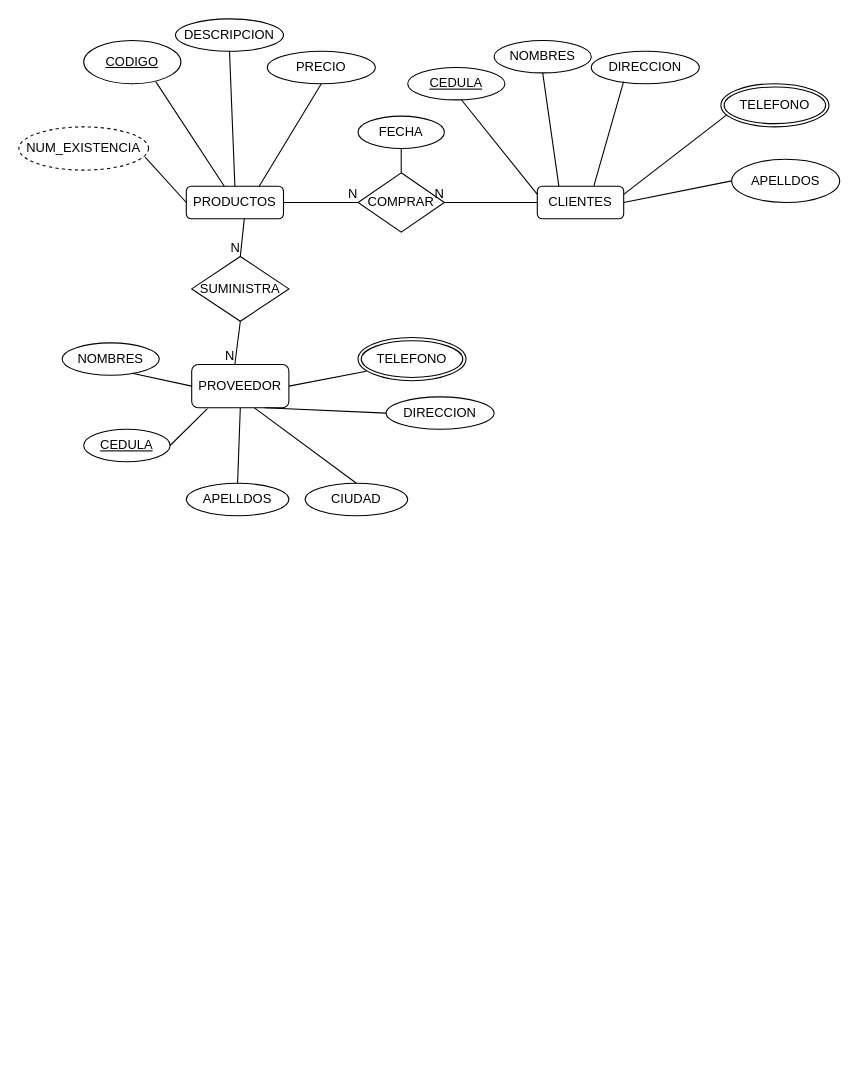
The draw.io diagram Diagrama sin título.drawio in ncardenr/Miprimergit, before the edit. Source tidied: cells renumbered, new cells numbered last; positions are measured from the earlier drawing's top-left corner, leaving out a move shared by most shapes. Both pictures are drawn from the tidied source at 108%, with x=0, y=0 at pixel (18, 18).
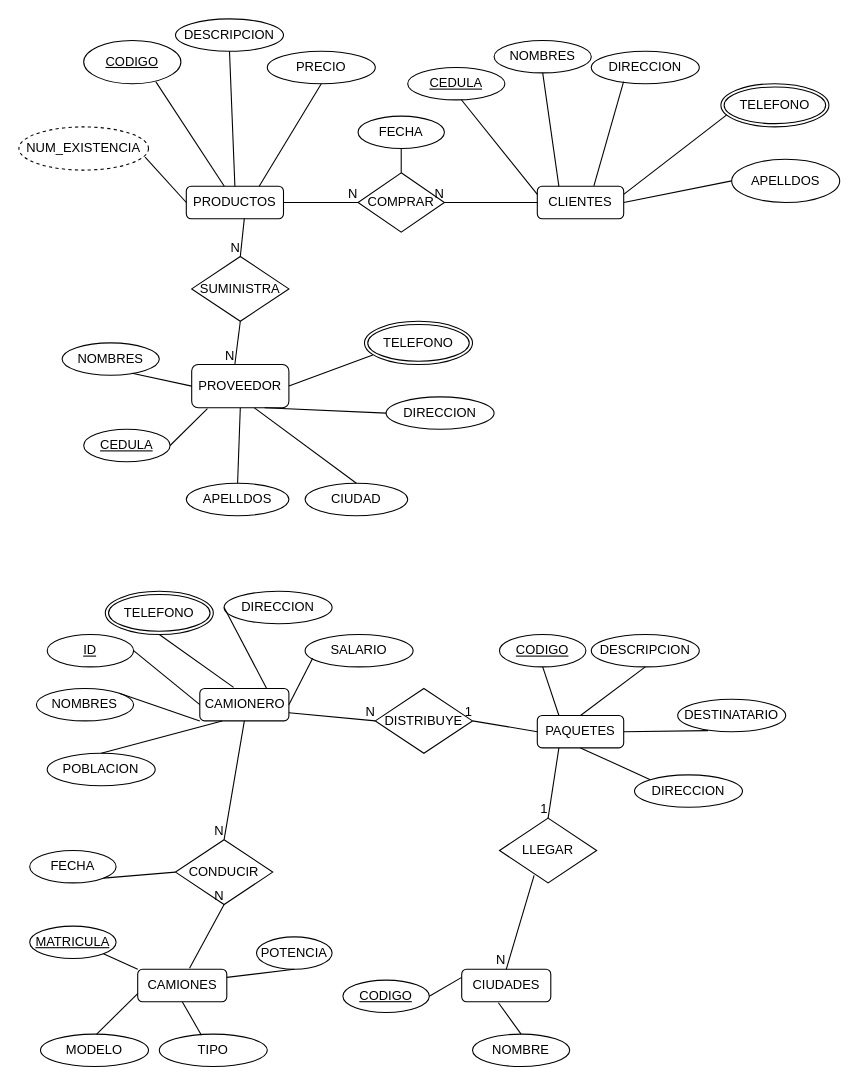
After the change.

Change to the diagram source:
```diff
@@
     <mxCell id="34" value="TELEFONO" style="ellipse;shape=doubleEllipse;margin=3;whiteSpace=wrap;html=1;align=center;" parent="1" vertex="1">
-      <mxGeometry x="314" y="295" width="100" height="40" as="geometry" />
+      <mxGeometry x="320" y="280" width="100" height="40" as="geometry" />
     </mxCell>
@@
+    <mxCell id="47" value="CAMIONERO" style="rounded=1;whiteSpace=wrap;html=1;" parent="1" vertex="1">
+      <mxGeometry x="167.5" y="620" width="82.5" height="30" as="geometry" />
+    </mxCell>
+    <mxCell id="48" value="NOMBRES" style="ellipse;whiteSpace=wrap;html=1;align=center;" parent="1" vertex="1">
+      <mxGeometry x="16.2" y="620" width="90" height="30" as="geometry" />
+    </mxCell>
+    <mxCell id="49" value="TELEFONO" style="ellipse;shape=doubleEllipse;margin=3;whiteSpace=wrap;html=1;align=center;" parent="1" vertex="1">
+      <mxGeometry x="80" y="530" width="100" height="40" as="geometry" />
+    </mxCell>
+    <mxCell id="50" value="DIRECCION" style="ellipse;whiteSpace=wrap;html=1;align=center;" parent="1" vertex="1">
+      <mxGeometry x="190" y="530" width="100" height="30" as="geometry" />
+    </mxCell>
+    <mxCell id="51" value="SALARIO" style="ellipse;whiteSpace=wrap;html=1;align=center;" parent="1" vertex="1">
+      <mxGeometry x="265" y="570" width="100" height="30" as="geometry" />
+    </mxCell>
+    <mxCell id="52" value="POBLACION" style="ellipse;whiteSpace=wrap;html=1;align=center;" parent="1" vertex="1">
+      <mxGeometry x="26.2" y="680" width="100" height="30" as="geometry" />
+    </mxCell>
+    <mxCell id="53" value="PAQUETES" style="rounded=1;whiteSpace=wrap;html=1;" parent="1" vertex="1">
+      <mxGeometry x="480" y="645" width="80" height="30" as="geometry" />
+    </mxCell>
+    <mxCell id="54" value="ID" style="ellipse;whiteSpace=wrap;html=1;align=center;fontStyle=4;" parent="1" vertex="1">
+      <mxGeometry x="26.2" y="570" width="80" height="30" as="geometry" />
+    </mxCell>
+    <mxCell id="55" value="CODIGO" style="ellipse;whiteSpace=wrap;html=1;align=center;fontStyle=4;" parent="1" vertex="1">
+      <mxGeometry x="445" y="570" width="80" height="30" as="geometry" />
+    </mxCell>
+    <mxCell id="56" value="DESCRIPCION" style="ellipse;whiteSpace=wrap;html=1;align=center;" parent="1" vertex="1">
+      <mxGeometry x="530" y="570" width="100" height="30" as="geometry" />
+    </mxCell>
+    <mxCell id="57" value="DESTINATARIO" style="ellipse;whiteSpace=wrap;html=1;align=center;" parent="1" vertex="1">
+      <mxGeometry x="610" y="630" width="100" height="30" as="geometry" />
+    </mxCell>
+    <mxCell id="58" value="DIRECCION" style="ellipse;whiteSpace=wrap;html=1;align=center;" parent="1" vertex="1">
+      <mxGeometry x="570" y="700" width="100" height="30" as="geometry" />
+    </mxCell>
+    <mxCell id="59" style="endArrow=none;html=1;rounded=0;exitX=0.379;exitY=-0.033;exitDx=0;exitDy=0;exitPerimeter=0;entryX=0.5;entryY=1;entryDx=0;entryDy=0;" parent="1" edge="1" source="47" target="49">
+      <mxGeometry relative="1" as="geometry" />
+    </mxCell>
+    <mxCell id="60" style="endArrow=none;html=1;rounded=0;entryX=0.25;entryY=1;entryDx=0;entryDy=0;exitX=0.5;exitY=0;exitDx=0;exitDy=0;" parent="1" edge="1" source="52" target="47">
+      <mxGeometry relative="1" as="geometry" />
+    </mxCell>
+    <mxCell id="61" style="endArrow=none;html=1;rounded=0;exitX=0.07;exitY=0.733;exitDx=0;exitDy=0;entryX=1;entryY=0.5;entryDx=0;entryDy=0;exitPerimeter=0;" parent="1" edge="1" source="51" target="47">
+      <mxGeometry relative="1" as="geometry" />
+    </mxCell>
+    <mxCell id="62" style="endArrow=none;html=1;rounded=0;exitX=0;exitY=0.5;exitDx=0;exitDy=0;entryX=0.75;entryY=0;entryDx=0;entryDy=0;" parent="1" edge="1" source="50" target="47">
+      <mxGeometry relative="1" as="geometry" />
+    </mxCell>
+    <mxCell id="63" style="endArrow=none;html=1;rounded=0;exitX=0;exitY=0.5;exitDx=0;exitDy=0;entryX=1;entryY=0.5;entryDx=0;entryDy=0;" parent="1" edge="1" source="47" target="54">
+      <mxGeometry relative="1" as="geometry" />
+    </mxCell>
+    <mxCell id="64" style="endArrow=none;html=1;rounded=0;exitX=1;exitY=0;exitDx=0;exitDy=0;entryX=0;entryY=1;entryDx=0;entryDy=0;" parent="1" edge="1" source="48" target="47">
+      <mxGeometry relative="1" as="geometry" />
+    </mxCell>
+    <mxCell id="65" style="endArrow=none;html=1;rounded=0;exitX=0.5;exitY=1;exitDx=0;exitDy=0;entryX=0;entryY=0;entryDx=0;entryDy=0;" parent="1" edge="1" source="53" target="58">
+      <mxGeometry relative="1" as="geometry" />
+    </mxCell>
+    <mxCell id="66" style="endArrow=none;html=1;rounded=0;exitX=0.5;exitY=1;exitDx=0;exitDy=0;entryX=0.5;entryY=0;entryDx=0;entryDy=0;" parent="1" edge="1" source="56" target="53">
+      <mxGeometry relative="1" as="geometry" />
+    </mxCell>
+    <mxCell id="67" style="endArrow=none;html=1;rounded=0;entryX=1;entryY=0.5;entryDx=0;entryDy=0;exitX=0.28;exitY=0.967;exitDx=0;exitDy=0;exitPerimeter=0;" parent="1" edge="1" source="57" target="53">
+      <mxGeometry relative="1" as="geometry" />
+    </mxCell>
+    <mxCell id="68" style="endArrow=none;html=1;rounded=0;exitX=0.5;exitY=1;exitDx=0;exitDy=0;entryX=0.25;entryY=0;entryDx=0;entryDy=0;" parent="1" edge="1" source="55" target="53">
+      <mxGeometry relative="1" as="geometry" />
+    </mxCell>
+    <mxCell id="69" value="DISTRIBUYE" style="shape=rhombus;perimeter=rhombusPerimeter;whiteSpace=wrap;html=1;align=center;" parent="1" vertex="1">
+      <mxGeometry x="330" y="620" width="90" height="60" as="geometry" />
+    </mxCell>
+    <mxCell id="70" style="endArrow=none;html=1;rounded=0;exitX=1;exitY=0.75;exitDx=0;exitDy=0;entryX=0;entryY=0.5;entryDx=0;entryDy=0;" parent="1" edge="1" source="47" target="69">
+      <mxGeometry relative="1" as="geometry" />
+    </mxCell>
+    <mxCell id="71" value="N" style="html=1;align=right;verticalAlign=bottom;" parent="70" vertex="1">
+      <mxGeometry x="1" relative="1" as="geometry" />
+    </mxCell>
+    <mxCell id="72" style="endArrow=none;html=1;rounded=0;exitX=0;exitY=0.5;exitDx=0;exitDy=0;entryX=1;entryY=0.5;entryDx=0;entryDy=0;" parent="1" edge="1" source="53" target="69">
+      <mxGeometry relative="1" as="geometry" />
+    </mxCell>
+    <mxCell id="73" value="1" style="html=1;align=right;verticalAlign=bottom;" parent="72" vertex="1">
+      <mxGeometry x="1" relative="1" as="geometry" />
+    </mxCell>
+    <mxCell id="74" value="CIUDADES" style="rounded=1;whiteSpace=wrap;html=1;" parent="1" vertex="1">
+      <mxGeometry x="410" y="880" width="82.5" height="30" as="geometry" />
+    </mxCell>
+    <mxCell id="75" value="CODIGO" style="ellipse;whiteSpace=wrap;html=1;align=center;fontStyle=4;" parent="1" vertex="1">
+      <mxGeometry x="300" y="890" width="80" height="30" as="geometry" />
+    </mxCell>
+    <mxCell id="76" value="NOMBRE" style="ellipse;whiteSpace=wrap;html=1;align=center;" parent="1" vertex="1">
+      <mxGeometry x="420" y="940" width="90" height="30" as="geometry" />
+    </mxCell>
+    <mxCell id="77" style="endArrow=none;html=1;rounded=0;entryX=0;entryY=0.25;entryDx=0;entryDy=0;exitX=1;exitY=0.5;exitDx=0;exitDy=0;" parent="1" edge="1" source="75" target="74">
+      <mxGeometry relative="1" as="geometry" />
+    </mxCell>
+    <mxCell id="78" style="endArrow=none;html=1;rounded=0;entryX=0.5;entryY=0;entryDx=0;entryDy=0;exitX=0.412;exitY=1.033;exitDx=0;exitDy=0;exitPerimeter=0;" parent="1" edge="1" source="74" target="76">
+      <mxGeometry relative="1" as="geometry" />
+    </mxCell>
+    <mxCell id="79" value="LLEGAR" style="shape=rhombus;perimeter=rhombusPerimeter;whiteSpace=wrap;html=1;align=center;" parent="1" vertex="1">
+      <mxGeometry x="445" y="740" width="90" height="60" as="geometry" />
+    </mxCell>
+    <mxCell id="80" style="endArrow=none;html=1;rounded=0;exitX=0.25;exitY=1;exitDx=0;exitDy=0;entryX=0.5;entryY=0;entryDx=0;entryDy=0;" parent="1" edge="1" source="53" target="79">
+      <mxGeometry relative="1" as="geometry" />
+    </mxCell>
+    <mxCell id="81" value="1" style="html=1;align=right;verticalAlign=bottom;" parent="80" vertex="1">
+      <mxGeometry x="1" relative="1" as="geometry" />
+    </mxCell>
+    <mxCell id="82" style="endArrow=none;html=1;rounded=0;exitX=0.356;exitY=0.883;exitDx=0;exitDy=0;exitPerimeter=0;entryX=0.5;entryY=0;entryDx=0;entryDy=0;" parent="1" edge="1" source="79" target="74">
+      <mxGeometry relative="1" as="geometry" />
+    </mxCell>
+    <mxCell id="83" value="N" style="html=1;align=right;verticalAlign=bottom;" parent="82" vertex="1">
+      <mxGeometry x="1" relative="1" as="geometry" />
+    </mxCell>
+    <mxCell id="84" value="CAMIONES" style="rounded=1;whiteSpace=wrap;html=1;" parent="1" vertex="1">
+      <mxGeometry x="110" y="880" width="82.5" height="30" as="geometry" />
+    </mxCell>
+    <mxCell id="85" value="MATRICULA" style="ellipse;whiteSpace=wrap;html=1;align=center;fontStyle=4;" parent="1" vertex="1">
+      <mxGeometry x="10" y="840" width="80" height="30" as="geometry" />
+    </mxCell>
+    <mxCell id="86" value="MODELO" style="ellipse;whiteSpace=wrap;html=1;align=center;" parent="1" vertex="1">
+      <mxGeometry x="20" y="940" width="100" height="30" as="geometry" />
+    </mxCell>
+    <mxCell id="87" value="TIPO" style="ellipse;whiteSpace=wrap;html=1;align=center;" parent="1" vertex="1">
+      <mxGeometry x="130" y="940" width="100" height="30" as="geometry" />
+    </mxCell>
+    <mxCell id="88" value="POTENCIA" style="ellipse;whiteSpace=wrap;html=1;align=center;" parent="1" vertex="1">
+      <mxGeometry x="220" y="850" width="70" height="30" as="geometry" />
+    </mxCell>
+    <mxCell id="89" style="endArrow=none;html=1;rounded=0;entryX=0.5;entryY=1;entryDx=0;entryDy=0;exitX=0.39;exitY=0.033;exitDx=0;exitDy=0;exitPerimeter=0;" parent="1" edge="1" source="87" target="84">
+      <mxGeometry relative="1" as="geometry" />
+    </mxCell>
+    <mxCell id="90" style="endArrow=none;html=1;rounded=0;entryX=0;entryY=0.75;entryDx=0;entryDy=0;exitX=0.5;exitY=0;exitDx=0;exitDy=0;" parent="1" edge="1" target="84">
+      <mxGeometry relative="1" as="geometry">
+        <mxPoint x="72" y="940" as="sourcePoint" />
+      </mxGeometry>
+    </mxCell>
+    <mxCell id="91" style="endArrow=none;html=1;rounded=0;exitX=1;exitY=1;exitDx=0;exitDy=0;entryX=0;entryY=0;entryDx=0;entryDy=0;" parent="1" edge="1" source="85" target="84">
+      <mxGeometry relative="1" as="geometry" />
+    </mxCell>
+    <mxCell id="92" style="endArrow=none;html=1;rounded=0;entryX=1;entryY=0.25;entryDx=0;entryDy=0;exitX=0.5;exitY=1;exitDx=0;exitDy=0;" parent="1" edge="1" source="88" target="84">
+      <mxGeometry relative="1" as="geometry" />
+    </mxCell>
+    <mxCell id="93" value="CONDUCIR" style="shape=rhombus;perimeter=rhombusPerimeter;whiteSpace=wrap;html=1;align=center;" parent="1" vertex="1">
+      <mxGeometry x="145" y="760" width="90" height="60" as="geometry" />
+    </mxCell>
+    <mxCell id="94" style="endArrow=none;html=1;rounded=0;entryX=0.5;entryY=0;entryDx=0;entryDy=0;exitX=0.5;exitY=1;exitDx=0;exitDy=0;" parent="1" edge="1" source="47" target="93">
+      <mxGeometry relative="1" as="geometry" />
+    </mxCell>
+    <mxCell id="95" value="N" style="html=1;align=right;verticalAlign=bottom;" parent="94" vertex="1">
+      <mxGeometry x="1" relative="1" as="geometry" />
+    </mxCell>
+    <mxCell id="96" value="FECHA" style="ellipse;whiteSpace=wrap;html=1;align=center;" parent="1" vertex="1">
+      <mxGeometry x="10" y="770" width="80" height="30" as="geometry" />
+    </mxCell>
+    <mxCell id="97" style="endArrow=none;html=1;rounded=0;exitX=0;exitY=0.5;exitDx=0;exitDy=0;entryX=1;entryY=1;entryDx=0;entryDy=0;" parent="1" edge="1" source="93" target="96">
+      <mxGeometry relative="1" as="geometry" />
+    </mxCell>
+    <mxCell id="98" style="endArrow=none;html=1;rounded=0;entryX=0.5;entryY=1;entryDx=0;entryDy=0;exitX=0.582;exitY=-0.033;exitDx=0;exitDy=0;exitPerimeter=0;" parent="1" edge="1" source="84" target="93">
+      <mxGeometry relative="1" as="geometry" />
+    </mxCell>
+    <mxCell id="99" value="N" style="html=1;align=right;verticalAlign=bottom;" parent="98" vertex="1">
+      <mxGeometry x="1" relative="1" as="geometry" />
+    </mxCell>
```
